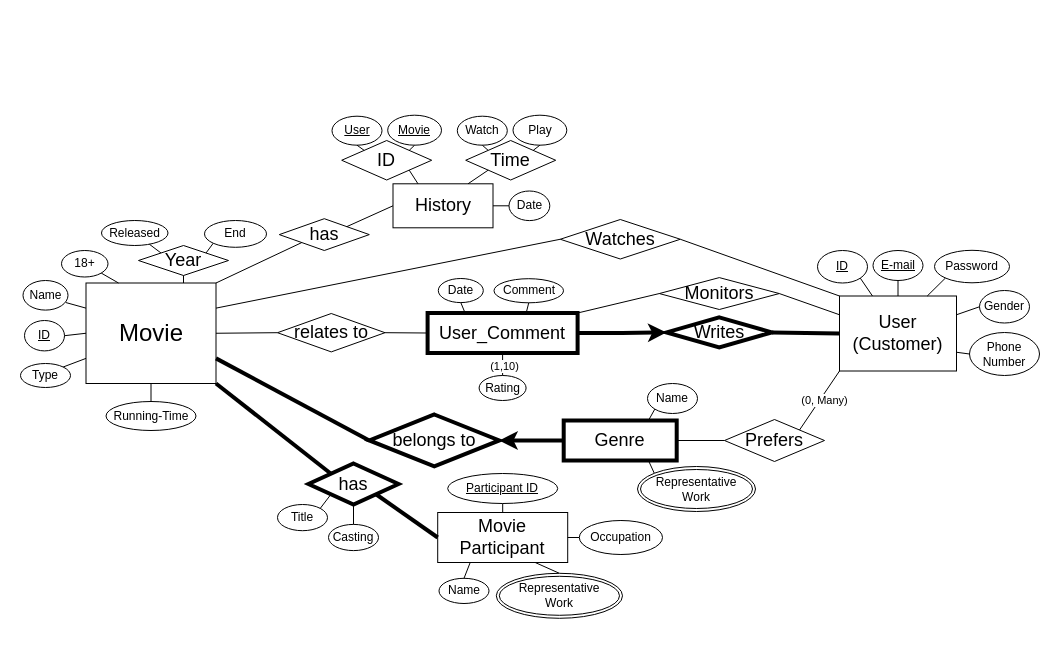
Above: page "ER" (1 of 2) of Assignment1_ER_Modeling/Movie.drawio in hjpark83/DBMS (draw.io), before the change. Source tidied: cells renumbered, new cells numbered last; positions are measured from the earlier drawing's top-left corner, leaving out a move shared by most shapes. Both pictures are drawn from the tidied source at 100%, with x=0, y=0 at pixel (20, 115).
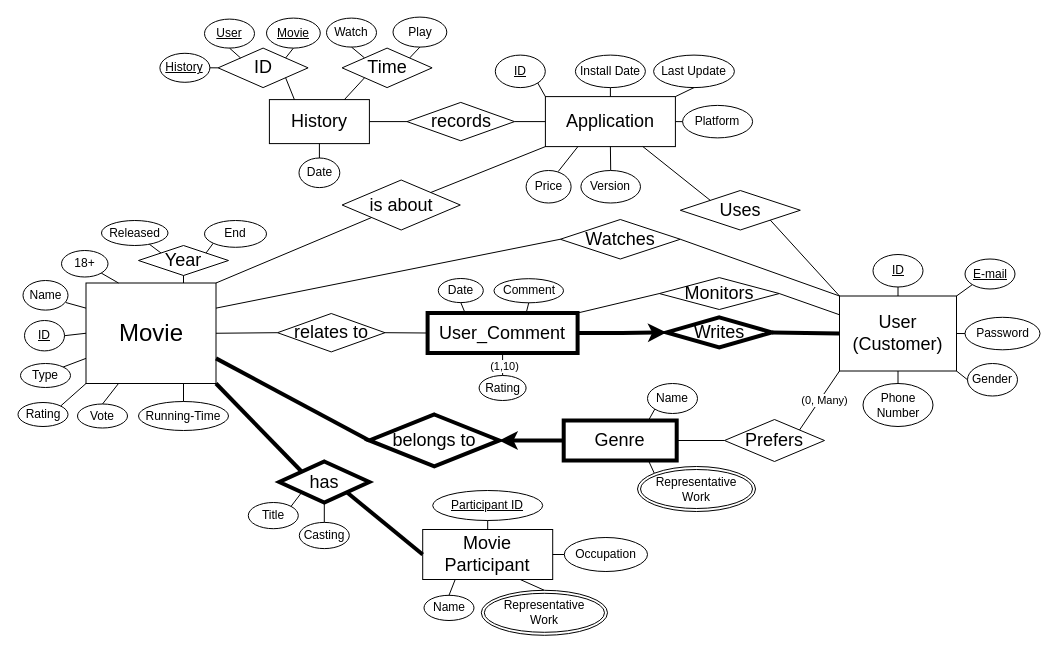
The same page after the edit.

The change refers to these unchanged cells:
```xml
<mxCell id="3" value="&lt;span style=&quot;font-size: 18px;&quot;&gt;User&lt;br&gt;(Customer)&lt;/span&gt;" style="whiteSpace=wrap;html=1;align=center;rounded=0;" parent="1" vertex="1">
  <mxGeometry x="819" y="180.5" width="117" height="75" as="geometry" />
</mxCell>
<mxCell id="19" value="&lt;font style=&quot;font-size: 24px;&quot;&gt;Movie&lt;/font&gt;" style="whiteSpace=wrap;html=1;align=center;rounded=0;" parent="1" vertex="1">
  <mxGeometry x="65.5" y="167.5" width="130" height="100.5" as="geometry" />
</mxCell>
```

Change to the diagram source:
```diff
@@
     <mxCell id="4" value="&lt;font style=&quot;font-size: 18px;&quot;&gt;Movie Participant&lt;/font&gt;" style="whiteSpace=wrap;html=1;align=center;rounded=0;" parent="1" vertex="1">
-      <mxGeometry x="417.2" y="397" width="130" height="50" as="geometry" />
+      <mxGeometry x="402.2" y="414" width="130" height="50" as="geometry" />
     </mxCell>
     <mxCell id="5" value="&lt;u&gt;ID&lt;/u&gt;" style="ellipse;whiteSpace=wrap;html=1;align=center;rounded=1;" parent="1" vertex="1">
-      <mxGeometry x="797" y="135" width="50" height="32.5" as="geometry" />
+      <mxGeometry x="852.5" y="139" width="50" height="32.5" as="geometry" />
     </mxCell>
-    <mxCell id="6" style="endArrow=none;html=1;rounded=1;exitX=1;exitY=1;exitDx=0;exitDy=0;" parent="1" edge="1" source="5" target="3">
+    <mxCell id="6" style="endArrow=none;html=1;rounded=1;exitX=0.5;exitY=1;exitDx=0;exitDy=0;entryX=0.5;entryY=0;entryDx=0;entryDy=0;" parent="1" edge="1" source="5" target="3">
       <mxGeometry relative="1" as="geometry" />
     </mxCell>
     <mxCell id="7" value="&lt;u&gt;E-mail&lt;/u&gt;" style="ellipse;whiteSpace=wrap;html=1;align=center;rounded=1;" parent="1" vertex="1">
-      <mxGeometry x="852.5" y="135" width="50" height="30" as="geometry" />
+      <mxGeometry x="944.5" y="143.5" width="50" height="30" as="geometry" />
     </mxCell>
-    <mxCell id="8" style="endArrow=none;html=1;rounded=1;exitX=0.5;exitY=1;exitDx=0;exitDy=0;entryX=0.5;entryY=0;entryDx=0;entryDy=0;" parent="1" edge="1" source="7" target="3">
+    <mxCell id="8" style="endArrow=none;html=1;rounded=1;exitX=0;exitY=1;exitDx=0;exitDy=0;entryX=1;entryY=0;entryDx=0;entryDy=0;" parent="1" edge="1" source="7" target="3">
       <mxGeometry relative="1" as="geometry" />
     </mxCell>
     <mxCell id="9" value="Password" style="ellipse;whiteSpace=wrap;html=1;align=center;rounded=1;" parent="1" vertex="1">
-      <mxGeometry x="914" y="134.8" width="75" height="32.5" as="geometry" />
+      <mxGeometry x="944.5" y="201.8" width="75" height="32.5" as="geometry" />
     </mxCell>
-    <mxCell id="10" style="endArrow=none;html=1;rounded=1;exitX=0;exitY=1;exitDx=0;exitDy=0;entryX=0.75;entryY=0;entryDx=0;entryDy=0;" parent="1" edge="1" source="9" target="3">
+    <mxCell id="10" style="endArrow=none;html=1;rounded=1;entryX=1;entryY=0.5;entryDx=0;entryDy=0;exitX=0;exitY=0.5;exitDx=0;exitDy=0;" parent="1" edge="1" source="9" target="3">
       <mxGeometry relative="1" as="geometry" />
     </mxCell>
     <mxCell id="11" value="Gender" style="ellipse;whiteSpace=wrap;html=1;align=center;rounded=1;" parent="1" vertex="1">
-      <mxGeometry x="959" y="175" width="50" height="32.5" as="geometry" />
+      <mxGeometry x="947" y="248" width="50" height="32.5" as="geometry" />
     </mxCell>
-    <mxCell id="12" style="endArrow=none;html=1;rounded=1;exitX=0;exitY=0.5;exitDx=0;exitDy=0;entryX=1;entryY=0.25;entryDx=0;entryDy=0;" parent="1" edge="1" source="11" target="3">
+    <mxCell id="12" style="endArrow=none;html=1;rounded=1;exitX=0;exitY=0.5;exitDx=0;exitDy=0;entryX=1;entryY=1;entryDx=0;entryDy=0;" parent="1" edge="1" source="11" target="3">
       <mxGeometry relative="1" as="geometry" />
     </mxCell>
     <mxCell id="13" value="Phone Number" style="ellipse;whiteSpace=wrap;html=1;align=center;rounded=1;" parent="1" vertex="1">
-      <mxGeometry x="949" y="217" width="70" height="43" as="geometry" />
+      <mxGeometry x="842.5" y="268" width="70" height="43" as="geometry" />
     </mxCell>
-    <mxCell id="14" style="endArrow=none;html=1;rounded=1;entryX=1;entryY=0.75;entryDx=0;entryDy=0;exitX=0;exitY=0.5;exitDx=0;exitDy=0;" parent="1" edge="1" source="13" target="3">
+    <mxCell id="14" style="endArrow=none;html=1;rounded=1;entryX=0.5;entryY=1;entryDx=0;entryDy=0;exitX=0.5;exitY=0;exitDx=0;exitDy=0;" parent="1" edge="1" source="13" target="3">
       <mxGeometry relative="1" as="geometry" />
     </mxCell>
@@
     <mxCell id="16" value="Running-Time" style="ellipse;whiteSpace=wrap;html=1;align=center;rounded=1;" parent="1" vertex="1">
-      <mxGeometry x="85.5" y="286" width="90" height="29" as="geometry" />
+      <mxGeometry x="118" y="286" width="90" height="29" as="geometry" />
     </mxCell>
@@
-    <mxCell id="27" style="endArrow=none;html=1;rounded=1;entryX=0.5;entryY=0;entryDx=0;entryDy=0;exitX=0.5;exitY=1;exitDx=0;exitDy=0;" parent="1" edge="1" source="19" target="16">
+    <mxCell id="27" style="endArrow=none;html=1;rounded=1;entryX=0.5;entryY=0;entryDx=0;entryDy=0;exitX=0.75;exitY=1;exitDx=0;exitDy=0;" parent="1" edge="1" source="19" target="16">
       <mxGeometry relative="1" as="geometry" />
     </mxCell>
@@
     <mxCell id="38" value="Name" style="ellipse;whiteSpace=wrap;html=1;align=center;rounded=1;" parent="1" vertex="1">
-      <mxGeometry x="418.5" y="462.8" width="50" height="25.2" as="geometry" />
+      <mxGeometry x="403.5" y="479.8" width="50" height="25.2" as="geometry" />
     </mxCell>
     <mxCell id="39" value="Occupation" style="ellipse;whiteSpace=wrap;html=1;align=center;rounded=1;" parent="1" vertex="1">
-      <mxGeometry x="558.8" y="405" width="83.2" height="34" as="geometry" />
+      <mxGeometry x="543.8" y="422" width="83.2" height="34" as="geometry" />
     </mxCell>
     <mxCell id="40" value="&lt;u&gt;Participant ID&lt;/u&gt;" style="ellipse;whiteSpace=wrap;html=1;align=center;rounded=1;" parent="1" vertex="1">
-      <mxGeometry x="427.2" y="358" width="110" height="30" as="geometry" />
+      <mxGeometry x="412.2" y="375" width="110" height="30" as="geometry" />
     </mxCell>
@@
     <mxCell id="49" value="&lt;font style=&quot;font-size: 18px;&quot;&gt;History&lt;/font&gt;" style="whiteSpace=wrap;html=1;align=center;rounded=0;" parent="1" vertex="1">
-      <mxGeometry x="372.5" y="68.3" width="100" height="44" as="geometry" />
+      <mxGeometry x="248.9" y="-15.9" width="100" height="44" as="geometry" />
     </mxCell>
@@
     <mxCell id="52" value="&lt;font style=&quot;font-size: 18px;&quot;&gt;has&lt;/font&gt;" style="shape=rhombus;perimeter=rhombusPerimeter;whiteSpace=wrap;html=1;align=center;rounded=0;strokeWidth=4;" parent="1" vertex="1">
-      <mxGeometry x="288" y="348" width="90" height="41" as="geometry" />
+      <mxGeometry x="258.8" y="346" width="90" height="41" as="geometry" />
     </mxCell>
@@
     <mxCell id="54" value="Watch" style="ellipse;whiteSpace=wrap;html=1;align=center;rounded=1;" parent="1" vertex="1">
-      <mxGeometry x="436.8" y="0.7" width="50" height="29" as="geometry" />
+      <mxGeometry x="306" y="-97.4" width="50" height="29" as="geometry" />
     </mxCell>
     <mxCell id="55" value="Play" style="ellipse;whiteSpace=wrap;html=1;align=center;rounded=1;" parent="1" vertex="1">
-      <mxGeometry x="492.5" y="-0.3" width="53.8" height="30" as="geometry" />
+      <mxGeometry x="372.5" y="-98.4" width="53.8" height="30" as="geometry" />
     </mxCell>
@@
-    <mxCell id="58" style="endArrow=none;html=1;rounded=1;entryX=1;entryY=0.5;entryDx=0;entryDy=0;exitX=0;exitY=0.5;exitDx=0;exitDy=0;" parent="1" edge="1" source="59" target="49">
+    <mxCell id="58" style="endArrow=none;html=1;rounded=1;entryX=0.5;entryY=1;entryDx=0;entryDy=0;exitX=0.5;exitY=0;exitDx=0;exitDy=0;" parent="1" edge="1" source="59" target="49">
       <mxGeometry relative="1" as="geometry" />
     </mxCell>
     <mxCell id="59" value="Date" style="ellipse;whiteSpace=wrap;html=1;align=center;rounded=1;" parent="1" vertex="1">
-      <mxGeometry x="488.5" y="75.5" width="40.8" height="29.6" as="geometry" />
+      <mxGeometry x="278.5" y="42.5" width="40.8" height="29.6" as="geometry" />
     </mxCell>
-    <mxCell id="60" value="&lt;font style=&quot;font-size: 18px;&quot;&gt;has&lt;/font&gt;" style="shape=rhombus;perimeter=rhombusPerimeter;whiteSpace=wrap;html=1;align=center;rounded=0;" parent="1" vertex="1">
-      <mxGeometry x="258.8" y="103.2" width="90" height="31.8" as="geometry" />
+    <mxCell id="60" value="&lt;font style=&quot;font-size: 18px;&quot;&gt;is about&lt;/font&gt;" style="shape=rhombus;perimeter=rhombusPerimeter;whiteSpace=wrap;html=1;align=center;rounded=0;" parent="1" vertex="1">
+      <mxGeometry x="321.6" y="64.5" width="118.2" height="50" as="geometry" />
     </mxCell>
@@
     <mxCell id="63" value="&lt;span style=&quot;font-size: 18px;&quot;&gt;Time&lt;/span&gt;" style="shape=rhombus;perimeter=rhombusPerimeter;whiteSpace=wrap;html=1;align=center;rounded=0;" parent="1" vertex="1">
-      <mxGeometry x="445.2" y="25" width="90" height="39.5" as="geometry" />
+      <mxGeometry x="321.6" y="-67.4" width="90" height="39.5" as="geometry" />
     </mxCell>
@@
-    <mxCell id="69" style="endArrow=none;html=1;rounded=1;entryX=1;entryY=1;entryDx=0;entryDy=0;exitX=0;exitY=0;exitDx=0;exitDy=0;strokeWidth=4;" parent="1" edge="1" source="52" target="19">
-      <mxGeometry relative="1" as="geometry" />
+    <mxCell id="69" style="endArrow=none;html=1;rounded=1;entryX=1;entryY=1;entryDx=0;entryDy=0;exitX=0;exitY=0;exitDx=0;exitDy=0;strokeWidth=4;" parent="1" edge="1" source="52">
+      <mxGeometry relative="1" as="geometry">
+        <mxPoint x="195.5" y="268" as="targetPoint" />
+      </mxGeometry>
     </mxCell>
@@
-    <mxCell id="75" style="endArrow=none;html=1;rounded=1;entryX=0;entryY=0.5;entryDx=0;entryDy=0;exitX=1;exitY=0;exitDx=0;exitDy=0;" parent="1" edge="1" source="60" target="49">
+    <mxCell id="75" style="endArrow=none;html=1;rounded=1;entryX=0;entryY=1;entryDx=0;entryDy=0;exitX=1;exitY=0;exitDx=0;exitDy=0;" parent="1" edge="1" source="60" target="102">
       <mxGeometry relative="1" as="geometry" />
     </mxCell>
@@
     <mxCell id="78" value="Title" style="ellipse;whiteSpace=wrap;html=1;align=center;rounded=1;" parent="1" vertex="1">
-      <mxGeometry x="257" y="389" width="50" height="26.2" as="geometry" />
+      <mxGeometry x="227.8" y="387" width="50" height="26.2" as="geometry" />
     </mxCell>
     <mxCell id="79" value="Casting" style="ellipse;whiteSpace=wrap;html=1;align=center;rounded=1;" parent="1" vertex="1">
-      <mxGeometry x="308" y="408.9" width="50" height="26.2" as="geometry" />
+      <mxGeometry x="278.8" y="406.9" width="50" height="26.2" as="geometry" />
     </mxCell>
@@
     <mxCell id="82" value="Representative&lt;br&gt;Work" style="ellipse;shape=doubleEllipse;margin=3;whiteSpace=wrap;html=1;align=center;" parent="1" vertex="1">
-      <mxGeometry x="475.8" y="457.8" width="126.2" height="45" as="geometry" />
+      <mxGeometry x="460.8" y="474.8" width="126.2" height="45" as="geometry" />
     </mxCell>
@@
     <mxCell id="84" value="&lt;span style=&quot;font-size: 18px;&quot;&gt;ID&lt;/span&gt;" style="shape=rhombus;perimeter=rhombusPerimeter;whiteSpace=wrap;html=1;align=center;rounded=0;" parent="1" vertex="1">
-      <mxGeometry x="321.2" y="25" width="90" height="39.5" as="geometry" />
+      <mxGeometry x="197.6" y="-67.4" width="90" height="39.5" as="geometry" />
     </mxCell>
@@
     <mxCell id="86" value="&lt;u&gt;User&lt;/u&gt;" style="ellipse;whiteSpace=wrap;html=1;align=center;rounded=1;" parent="1" vertex="1">
-      <mxGeometry x="311.5" y="0.7" width="50" height="29" as="geometry" />
+      <mxGeometry x="184" y="-96.4" width="50" height="29" as="geometry" />
     </mxCell>
     <mxCell id="87" value="&lt;u&gt;Movie&lt;/u&gt;" style="ellipse;whiteSpace=wrap;html=1;align=center;rounded=1;" parent="1" vertex="1">
-      <mxGeometry x="367.2" y="-0.3" width="53.8" height="30" as="geometry" />
+      <mxGeometry x="246" y="-97.4" width="53.8" height="30" as="geometry" />
     </mxCell>
@@
+    <mxCell id="96" value="Rating" style="ellipse;whiteSpace=wrap;html=1;align=center;rounded=1;" parent="1" vertex="1">
+      <mxGeometry x="-2.5" y="287" width="50" height="24" as="geometry" />
+    </mxCell>
+    <mxCell id="97" value="Vote" style="ellipse;whiteSpace=wrap;html=1;align=center;rounded=1;" parent="1" vertex="1">
+      <mxGeometry x="57" y="288.5" width="50" height="24" as="geometry" />
+    </mxCell>
+    <mxCell id="98" style="endArrow=none;html=1;rounded=1;entryX=0.5;entryY=0;entryDx=0;entryDy=0;exitX=0.25;exitY=1;exitDx=0;exitDy=0;" parent="1" edge="1" source="19" target="97">
+      <mxGeometry relative="1" as="geometry" />
+    </mxCell>
+    <mxCell id="99" style="endArrow=none;html=1;rounded=1;entryX=1;entryY=0;entryDx=0;entryDy=0;exitX=0;exitY=1;exitDx=0;exitDy=0;" parent="1" edge="1" source="19" target="96">
+      <mxGeometry relative="1" as="geometry" />
+    </mxCell>
+    <mxCell id="100" value="&lt;u&gt;History&lt;/u&gt;" style="ellipse;whiteSpace=wrap;html=1;align=center;rounded=1;" parent="1" vertex="1">
+      <mxGeometry x="139.4" y="-62.2" width="50" height="29" as="geometry" />
+    </mxCell>
+    <mxCell id="101" style="endArrow=none;html=1;rounded=1;entryX=0;entryY=0.5;entryDx=0;entryDy=0;exitX=1;exitY=0.5;exitDx=0;exitDy=0;" parent="1" edge="1" source="100" target="84">
+      <mxGeometry relative="1" as="geometry" />
+    </mxCell>
+    <mxCell id="102" value="&lt;span style=&quot;font-size: 18px;&quot;&gt;Application&lt;/span&gt;" style="whiteSpace=wrap;html=1;align=center;rounded=0;" parent="1" vertex="1">
+      <mxGeometry x="524.9" y="-18.9" width="130" height="50" as="geometry" />
+    </mxCell>
+    <mxCell id="103" value="&lt;u&gt;ID&lt;/u&gt;" style="ellipse;whiteSpace=wrap;html=1;align=center;rounded=1;" parent="1" vertex="1">
+      <mxGeometry x="474.8" y="-60.4" width="50" height="32.5" as="geometry" />
+    </mxCell>
+    <mxCell id="104" style="endArrow=none;html=1;rounded=1;exitX=1;exitY=1;exitDx=0;exitDy=0;entryX=0;entryY=0;entryDx=0;entryDy=0;" parent="1" edge="1" source="103" target="102">
+      <mxGeometry relative="1" as="geometry" />
+    </mxCell>
+    <mxCell id="105" value="Install Date" style="ellipse;whiteSpace=wrap;html=1;align=center;rounded=1;" parent="1" vertex="1">
+      <mxGeometry x="554.9" y="-60.4" width="70" height="32.5" as="geometry" />
+    </mxCell>
+    <mxCell id="106" value="Last Update" style="ellipse;whiteSpace=wrap;html=1;align=center;rounded=1;" parent="1" vertex="1">
+      <mxGeometry x="633.1" y="-60.4" width="80.8" height="32.5" as="geometry" />
+    </mxCell>
+    <mxCell id="107" value="Platform" style="ellipse;whiteSpace=wrap;html=1;align=center;rounded=1;" parent="1" vertex="1">
+      <mxGeometry x="662.1" y="-10.1" width="70" height="32.5" as="geometry" />
+    </mxCell>
+    <mxCell id="108" value="Price" style="ellipse;whiteSpace=wrap;html=1;align=center;rounded=1;" parent="1" vertex="1">
+      <mxGeometry x="505.6" y="55" width="45" height="32.5" as="geometry" />
+    </mxCell>
+    <mxCell id="109" style="endArrow=none;html=1;rounded=1;exitX=0.5;exitY=1;exitDx=0;exitDy=0;entryX=0.5;entryY=0;entryDx=0;entryDy=0;" parent="1" edge="1" source="105" target="102">
+      <mxGeometry relative="1" as="geometry" />
+    </mxCell>
+    <mxCell id="110" style="endArrow=none;html=1;rounded=1;exitX=0.5;exitY=1;exitDx=0;exitDy=0;entryX=1;entryY=0;entryDx=0;entryDy=0;" parent="1" edge="1" source="106" target="102">
+      <mxGeometry relative="1" as="geometry" />
+    </mxCell>
+    <mxCell id="111" style="endArrow=none;html=1;rounded=1;exitX=0;exitY=0.5;exitDx=0;exitDy=0;entryX=1;entryY=0.5;entryDx=0;entryDy=0;" parent="1" edge="1" source="107" target="102">
+      <mxGeometry relative="1" as="geometry" />
+    </mxCell>
+    <mxCell id="112" style="endArrow=none;html=1;rounded=1;exitX=0.25;exitY=1;exitDx=0;exitDy=0;entryX=0.712;entryY=0.034;entryDx=0;entryDy=0;entryPerimeter=0;" parent="1" edge="1" source="102" target="108">
+      <mxGeometry relative="1" as="geometry" />
+    </mxCell>
+    <mxCell id="113" value="&lt;span style=&quot;font-size: 18px;&quot;&gt;records&lt;/span&gt;" style="shape=rhombus;perimeter=rhombusPerimeter;whiteSpace=wrap;html=1;align=center;rounded=0;" parent="1" vertex="1">
+      <mxGeometry x="386.5" y="-13.1" width="107.5" height="38.4" as="geometry" />
+    </mxCell>
+    <mxCell id="114" style="endArrow=none;html=1;rounded=0;exitX=1;exitY=0.5;exitDx=0;exitDy=0;entryX=0;entryY=0.5;entryDx=0;entryDy=0;" parent="1" edge="1" source="113" target="102">
+      <mxGeometry relative="1" as="geometry" />
+    </mxCell>
+    <mxCell id="115" style="endArrow=none;html=1;rounded=0;exitX=1;exitY=0.5;exitDx=0;exitDy=0;entryX=0;entryY=0.5;entryDx=0;entryDy=0;" parent="1" edge="1" source="49" target="113">
+      <mxGeometry relative="1" as="geometry" />
+    </mxCell>
+    <mxCell id="116" value="&lt;font style=&quot;font-size: 18px;&quot;&gt;Uses&lt;/font&gt;" style="shape=rhombus;perimeter=rhombusPerimeter;whiteSpace=wrap;html=1;align=center;rounded=0;" parent="1" vertex="1">
+      <mxGeometry x="659.8" y="75" width="120" height="39.5" as="geometry" />
+    </mxCell>
+    <mxCell id="117" style="endArrow=none;html=1;rounded=1;exitX=0;exitY=0;exitDx=0;exitDy=0;entryX=1;entryY=1;entryDx=0;entryDy=0;strokeWidth=1;flowAnimation=0;" parent="1" edge="1" source="3" target="116">
+      <mxGeometry relative="1" as="geometry" />
+    </mxCell>
+    <mxCell id="118" style="endArrow=none;html=1;rounded=1;exitX=0;exitY=0;exitDx=0;exitDy=0;entryX=0.75;entryY=1;entryDx=0;entryDy=0;strokeWidth=1;flowAnimation=0;" parent="1" edge="1" source="116" target="102">
+      <mxGeometry relative="1" as="geometry" />
+    </mxCell>
+    <mxCell id="119" style="endArrow=none;html=1;rounded=1;exitX=0.5;exitY=1;exitDx=0;exitDy=0;entryX=0.5;entryY=0;entryDx=0;entryDy=0;" parent="1" edge="1" source="102" target="120">
+      <mxGeometry relative="1" as="geometry" />
+    </mxCell>
+    <mxCell id="120" value="Version" style="ellipse;whiteSpace=wrap;html=1;align=center;rounded=1;" parent="1" vertex="1">
+      <mxGeometry x="560.4" y="55" width="59.6" height="32.5" as="geometry" />
+    </mxCell>
```
